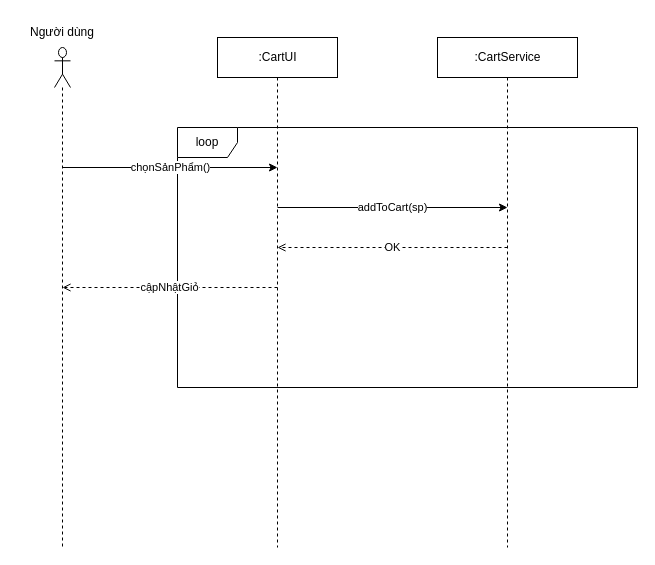
This is Session05/Bai4.drawio from letoan0902/PTIT_CNTT1_IT104_LePhuToan_PhanTichVaThietKeHeThong, a draw.io file, before an edit. Source tidied: cells renumbered, new cells numbered last; positions are measured from the earlier drawing's top-left corner, leaving out a move shared by most shapes. Both pictures are drawn from the tidied source at 100%, with x=0, y=0 at pixel (17, 17).
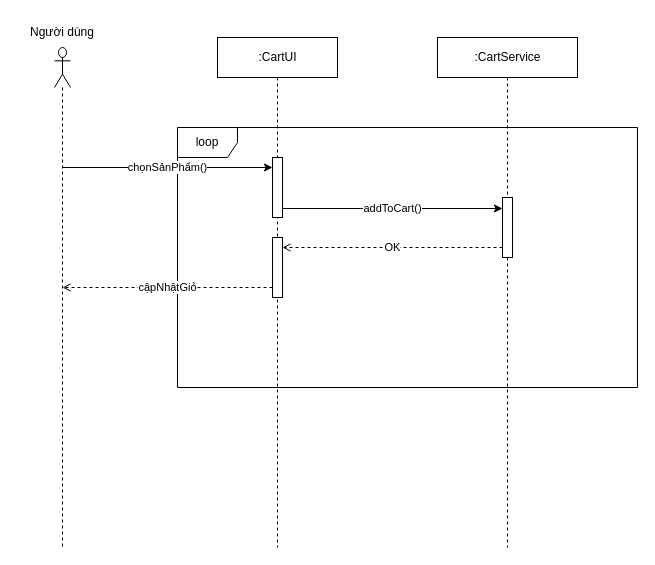
Above is the later version.

What changed in the source:
```diff
@@
 <mxGraphModel>
   <root>
     <mxCell id="0" />
     <mxCell id="1" parent="0" />
     <mxCell id="2" style="shape=umlLifeline;perimeter=lifelinePerimeter;html=1;participant=umlActor;" parent="1" vertex="1">
       <mxGeometry x="37" y="30" width="16" height="500" as="geometry" />
     </mxCell>
     <mxCell id="3" value=":CartUI" style="shape=umlLifeline;perimeter=lifelinePerimeter;html=1;" parent="1" vertex="1">
       <mxGeometry x="200" y="20" width="120" height="510" as="geometry" />
     </mxCell>
+    <mxCell id="11" style="html=1;points=[[0,0,0,0,5],[0,1,0,0,-5],[1,0,0,0,5],[1,1,0,0,-5]];perimeter=orthogonalPerimeter;outlineConnect=0;targetShapes=umlLifeline;portConstraint=eastwest;newEdgeStyle={&quot;curved&quot;:0,&quot;rounded&quot;:0};" parent="3" vertex="1">
+      <mxGeometry x="55" y="200" width="10" height="60" as="geometry" />
+    </mxCell>
     <mxCell id="4" value=":CartService" style="shape=umlLifeline;perimeter=lifelinePerimeter;html=1;" parent="1" vertex="1">
       <mxGeometry x="420" y="20" width="140" height="510" as="geometry" />
     </mxCell>
     <mxCell id="5" value="loop" style="shape=umlFrame;whiteSpace=wrap;html=1;" parent="1" vertex="1">
       <mxGeometry x="160" y="110" width="460" height="260" as="geometry" />
     </mxCell>
-    <mxCell id="6" value="chọnSảnPhẩm()" style="endArrow=classic;html=1;" parent="1" edge="1">
+    <mxCell id="6" value="chọnSảnPhẩm()" style="endArrow=classic;html=1;" parent="1" edge="1" target="12">
       <mxGeometry relative="1" as="geometry">
         <mxPoint x="45" y="150" as="sourcePoint" />
-        <mxPoint x="260" y="150" as="targetPoint" />
       </mxGeometry>
     </mxCell>
-    <mxCell id="7" value="addToCart(sp)" style="endArrow=classic;html=1;" parent="1" edge="1">
+    <mxCell id="7" value="addToCart()" style="endArrow=classic;html=1;" parent="1" edge="1">
       <mxGeometry relative="1" as="geometry">
-        <mxPoint x="260" y="190" as="sourcePoint" />
-        <mxPoint x="490" y="190" as="targetPoint" />
+        <mxPoint x="265" y="191" as="sourcePoint" />
+        <mxPoint x="485" y="191" as="targetPoint" />
       </mxGeometry>
     </mxCell>
     <mxCell id="8" value="OK" style="endArrow=open;dashed=1;html=1;" parent="1" edge="1">
       <mxGeometry relative="1" as="geometry">
-        <mxPoint x="490" y="230" as="sourcePoint" />
-        <mxPoint x="260" y="230" as="targetPoint" />
+        <mxPoint x="485" y="230" as="sourcePoint" />
+        <mxPoint x="265" y="230" as="targetPoint" />
       </mxGeometry>
     </mxCell>
-    <mxCell id="9" value="cậpNhậtGiỏ" style="endArrow=open;dashed=1;html=1;" parent="1" edge="1">
+    <mxCell id="9" value="cậpNhậtGiỏ" style="endArrow=open;dashed=1;html=1;" parent="1" edge="1" source="11">
       <mxGeometry relative="1" as="geometry">
-        <mxPoint x="260" y="270" as="sourcePoint" />
         <mxPoint x="45" y="270" as="targetPoint" />
       </mxGeometry>
     </mxCell>
     <mxCell id="10" value="Người dùng" style="text;html=1;whiteSpace=wrap;strokeColor=none;fillColor=none;align=center;verticalAlign=middle;rounded=0;" parent="1" vertex="1">
       <mxGeometry width="90" height="30" as="geometry" />
     </mxCell>
+    <mxCell id="12" style="html=1;points=[[0,0,0,0,5],[0,1,0,0,-5],[1,0,0,0,5],[1,1,0,0,-5]];perimeter=orthogonalPerimeter;outlineConnect=0;targetShapes=umlLifeline;portConstraint=eastwest;newEdgeStyle={&quot;curved&quot;:0,&quot;rounded&quot;:0};" parent="1" vertex="1">
+      <mxGeometry x="255" y="140" width="10" height="60" as="geometry" />
+    </mxCell>
+    <mxCell id="13" style="html=1;perimeter=orthogonalPerimeter;targetShapes=umlLifeline;newEdgeStyle={&quot;curved&quot;:0,&quot;rounded&quot;:0};" parent="1" vertex="1">
+      <mxGeometry x="485" y="180" width="10" height="60" as="geometry" />
+    </mxCell>
   </root>
 </mxGraphModel>
```
